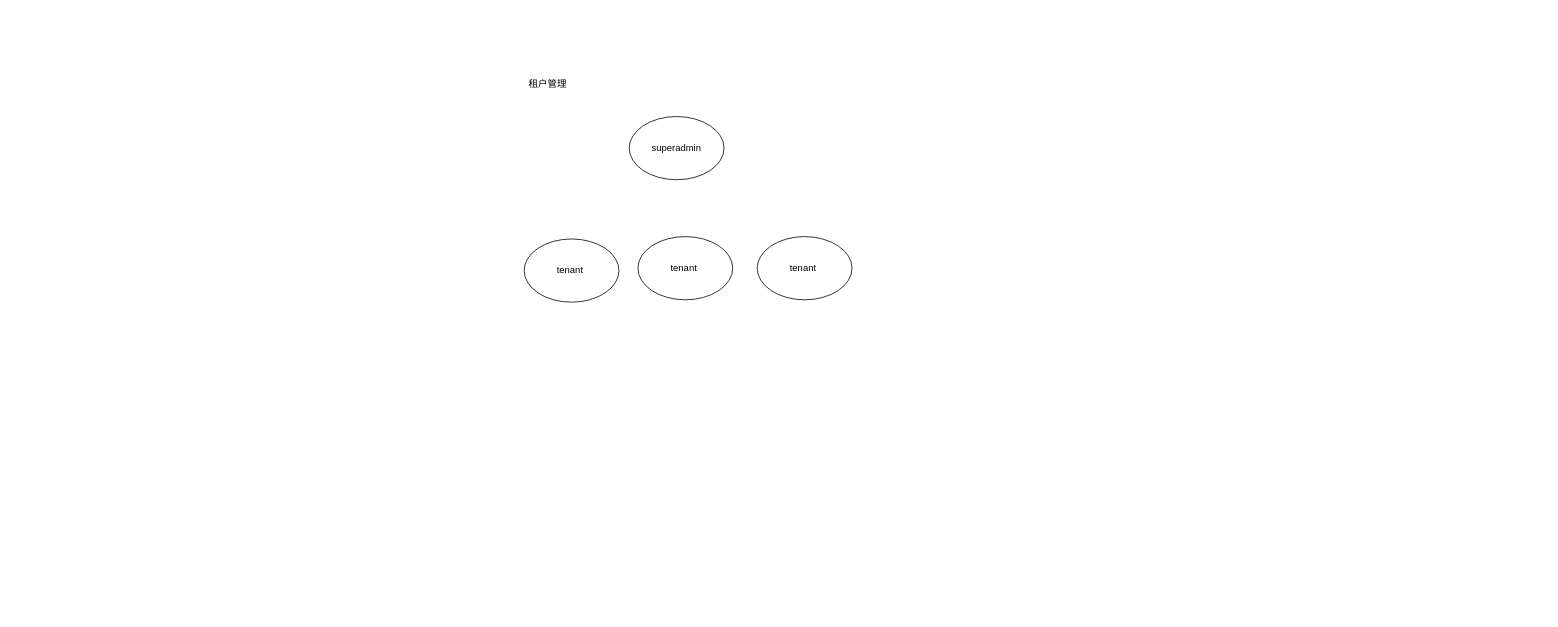
Earlier version of the draw.io diagram OM.drawio (testerwm/test_git). Source tidied: cells renumbered, new cells numbered last; positions are measured from the earlier drawing's top-left corner, leaving out a move shared by most shapes. Both pictures are drawn from the tidied source at 79%, with x=0, y=0 at pixel (524, 72).
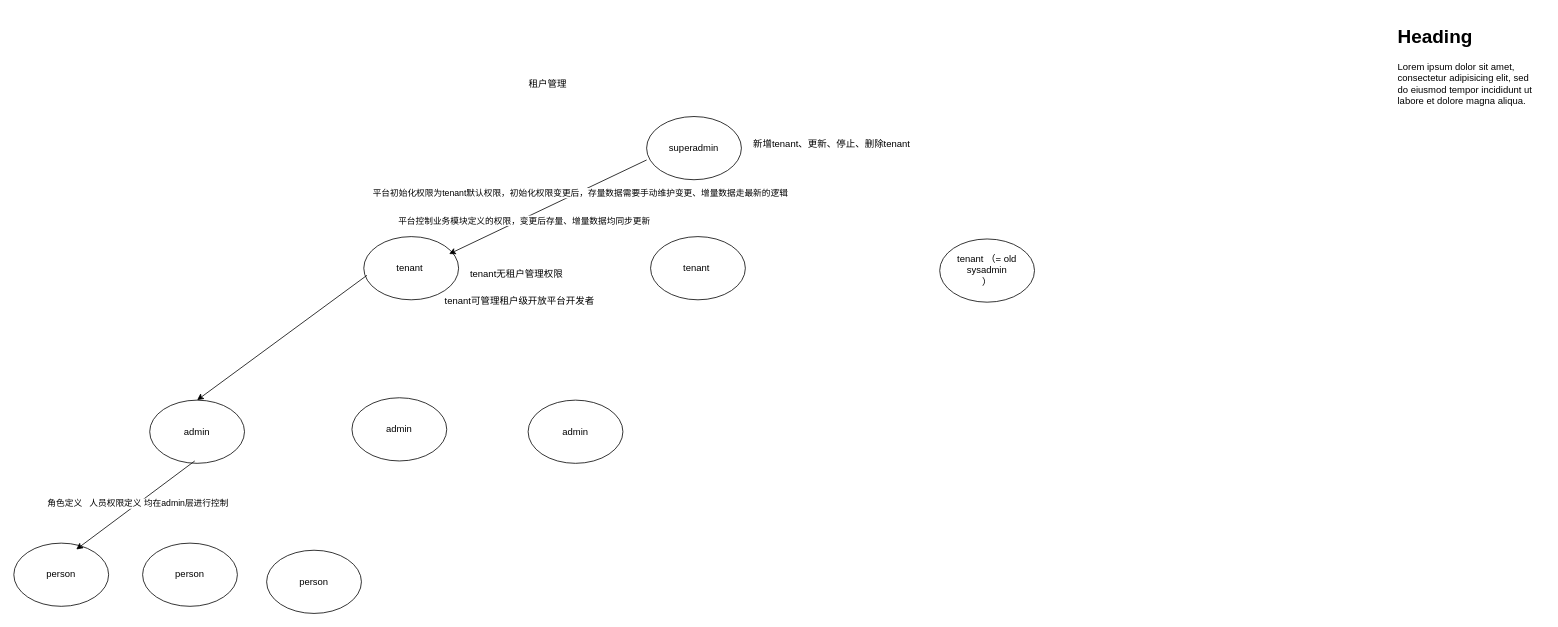
Above is the later version.

What changed in the source:
```diff
@@
     <mxCell id="3" value="superadmin" style="ellipse;whiteSpace=wrap;html=1;" parent="1" vertex="1">
-      <mxGeometry x="133" y="56" width="120" height="80" as="geometry" />
+      <mxGeometry x="155" y="56" width="120" height="80" as="geometry" />
     </mxCell>
     <mxCell id="4" value="tenant&amp;nbsp;" style="ellipse;whiteSpace=wrap;html=1;" parent="1" vertex="1">
-      <mxGeometry y="211" width="120" height="80" as="geometry" />
+      <mxGeometry x="-203" y="208" width="120" height="80" as="geometry" />
     </mxCell>
     <mxCell id="5" value="tenant&amp;nbsp;" style="ellipse;whiteSpace=wrap;html=1;" parent="1" vertex="1">
-      <mxGeometry x="144" y="208" width="120" height="80" as="geometry" />
+      <mxGeometry x="160" y="208" width="120" height="80" as="geometry" />
     </mxCell>
-    <mxCell id="6" value="tenant&amp;nbsp;" style="ellipse;whiteSpace=wrap;html=1;" parent="1" vertex="1">
-      <mxGeometry x="295" y="208" width="120" height="80" as="geometry" />
+    <mxCell id="6" value="tenant （= old sysadmin&lt;br&gt;）" style="ellipse;whiteSpace=wrap;html=1;" parent="1" vertex="1">
+      <mxGeometry x="526" y="211" width="120" height="80" as="geometry" />
     </mxCell>
+    <mxCell id="7" value="admin" style="ellipse;whiteSpace=wrap;html=1;" parent="1" vertex="1">
+      <mxGeometry x="-474" y="415" width="120" height="80" as="geometry" />
+    </mxCell>
+    <mxCell id="8" value="admin" style="ellipse;whiteSpace=wrap;html=1;" parent="1" vertex="1">
+      <mxGeometry x="-218" y="412" width="120" height="80" as="geometry" />
+    </mxCell>
+    <mxCell id="9" value="admin" style="ellipse;whiteSpace=wrap;html=1;" parent="1" vertex="1">
+      <mxGeometry x="5" y="415" width="120" height="80" as="geometry" />
+    </mxCell>
+    <mxCell id="10" value="person" style="ellipse;whiteSpace=wrap;html=1;" parent="1" vertex="1">
+      <mxGeometry x="-646" y="596" width="120" height="80" as="geometry" />
+    </mxCell>
+    <mxCell id="11" value="person" style="ellipse;whiteSpace=wrap;html=1;" parent="1" vertex="1">
+      <mxGeometry x="-483" y="596" width="120" height="80" as="geometry" />
+    </mxCell>
+    <mxCell id="12" value="person" style="ellipse;whiteSpace=wrap;html=1;" parent="1" vertex="1">
+      <mxGeometry x="-326" y="605" width="120" height="80" as="geometry" />
+    </mxCell>
+    <mxCell id="13" style="endArrow=classic;html=1;rounded=0;entryX=0.9;entryY=0.275;entryDx=0;entryDy=0;entryPerimeter=0;" parent="1" edge="1" target="4">
+      <mxGeometry relative="1" as="geometry">
+        <mxPoint x="155" y="111" as="sourcePoint" />
+      </mxGeometry>
+    </mxCell>
+    <mxCell id="14" value="平台控制业务模块定义的权限，变更后存量、增量数据均同步更新" style="edgeLabel;html=1;align=center;verticalAlign=middle;" parent="13" vertex="1">
+      <mxGeometry x="0.25" y="2" relative="1" as="geometry" />
+    </mxCell>
+    <mxCell id="15" value="平台初始化权限为tenant默认权限，初始化权限变更后，存量数据需要手动维护变更、增量数据走最新的逻辑" style="edgeLabel;html=1;align=center;verticalAlign=middle;" parent="13" vertex="1">
+      <mxGeometry x="-0.32" y="1" relative="1" as="geometry" />
+    </mxCell>
+    <mxCell id="16" style="endArrow=classic;html=1;rounded=0;entryX=0.5;entryY=0;entryDx=0;entryDy=0;" parent="1" edge="1" target="7">
+      <mxGeometry relative="1" as="geometry">
+        <mxPoint x="-199" y="257" as="sourcePoint" />
+      </mxGeometry>
+    </mxCell>
+    <mxCell id="17" style="endArrow=classic;html=1;rounded=0;" parent="1" edge="1">
+      <mxGeometry relative="1" as="geometry">
+        <mxPoint x="-417" y="492" as="sourcePoint" />
+        <mxPoint x="-567" y="604" as="targetPoint" />
+      </mxGeometry>
+    </mxCell>
+    <mxCell id="18" value="角色定义&amp;nbsp; &amp;nbsp;人员权限定义 均在admin层进行控制" style="edgeLabel;html=1;align=center;verticalAlign=middle;" parent="17" vertex="1">
+      <mxGeometry x="-0.04" relative="1" as="geometry" />
+    </mxCell>
+    <mxCell id="19" value="tenant无租户管理权限" style="text;html=1;align=center;verticalAlign=middle;strokeColor=none;fillColor=none;" parent="1" vertex="1">
+      <mxGeometry x="-78" y="243" width="135" height="26" as="geometry" />
+    </mxCell>
+    <mxCell id="20" value="tenant可管理租户级开放平台开发者&lt;br&gt;" style="text;html=1;align=center;verticalAlign=middle;strokeColor=none;fillColor=none;" parent="1" vertex="1">
+      <mxGeometry x="-110" y="277" width="207" height="26" as="geometry" />
+    </mxCell>
+    <mxCell id="21" value="新增tenant、更新、停止、删除tenant&lt;br&gt;" style="text;html=1;align=center;verticalAlign=middle;strokeColor=none;fillColor=none;" parent="1" vertex="1">
+      <mxGeometry x="280" y="78" width="217" height="26" as="geometry" />
+    </mxCell>
+    <mxCell id="22" value="&lt;h1&gt;Heading&lt;/h1&gt;&lt;p&gt;Lorem ipsum dolor sit amet, consectetur adipisicing elit, sed do eiusmod tempor incididunt ut labore et dolore magna aliqua.&lt;/p&gt;" style="text;html=1;strokeColor=none;fillColor=none;spacing=5;spacingTop=-20;whiteSpace=wrap;overflow=hidden;rounded=0;" parent="1" vertex="1">
+      <mxGeometry x="1101" y="-64" width="190" height="120" as="geometry" />
+    </mxCell>
```
